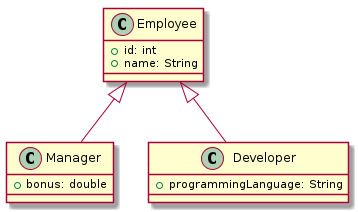
Above: outputs/single_agent/exercise_03/diagram_generated.png in Tom-KB/Generating-and-Correcting-Design-Diagrams-with-LLMs (PlantUML), before the change. Source of this version:
```plantuml
@startuml
class Employee {
    +id: int
    +name: String
}

class Manager {
    +bonus: double
}

class Developer {
    +programmingLanguage: String
}

Employee <|-- Manager
Employee <|-- Developer
@enduml
```
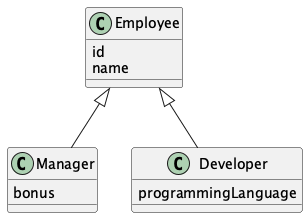
After the commit.

Change to the diagram source:
```diff
@@ -1,17 +1,20 @@
 @startuml
+
 class Employee {
-    +id: int
-    +name: String
+  id
+  name
 }
 
 class Manager {
-    +bonus: double
+  bonus
 }
 
 class Developer {
-    +programmingLanguage: String
+  programmingLanguage
 }
 
 Employee <|-- Manager
+
 Employee <|-- Developer
+
 @enduml
```
